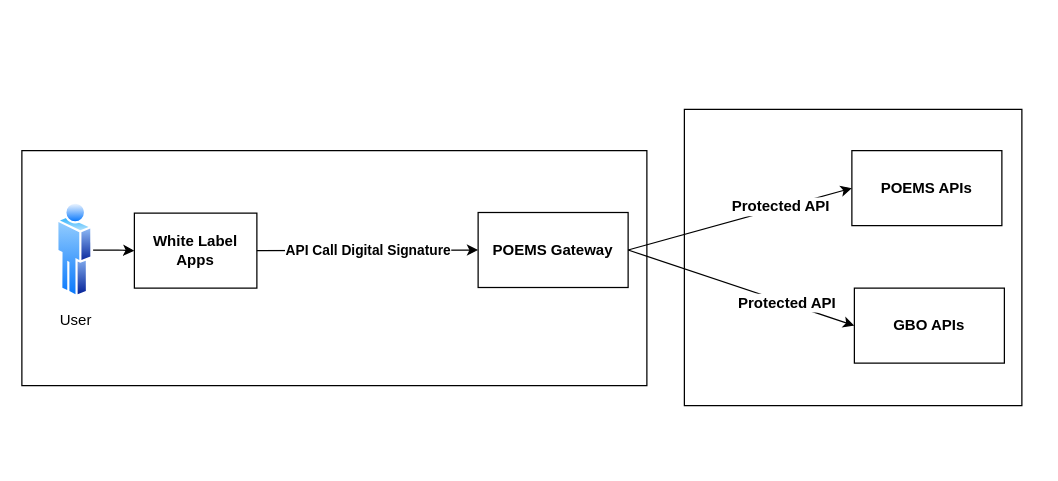
Above: Untitled Diagram.drawio in pspluse007/LBPSPLAOP (draw.io), before the change. Source tidied: cells renumbered, new cells numbered last; positions are measured from the earlier drawing's top-left corner, leaving out a move shared by most shapes. Both pictures are drawn from the tidied source at 125%, with x=0, y=0 at pixel (21, 109).
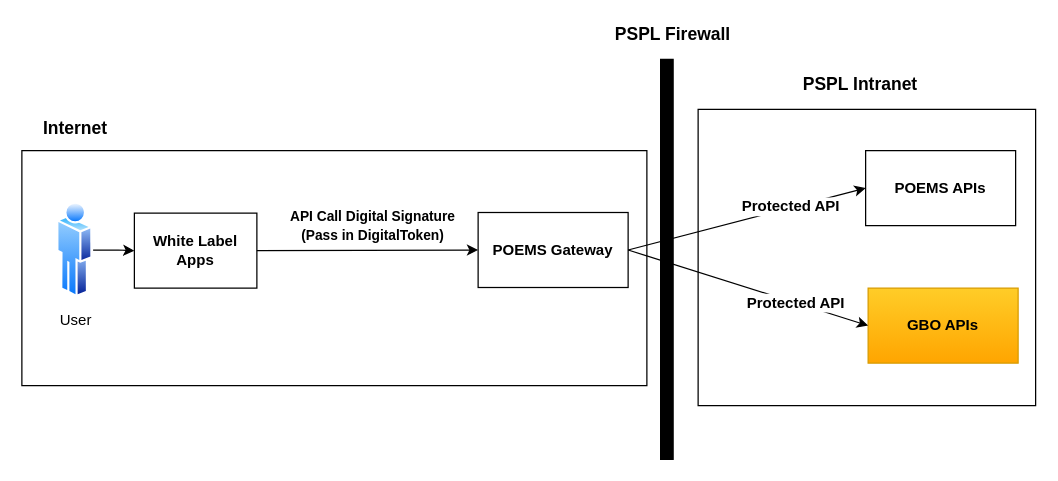
The same diagram, later.

Unchanged cells that the change refers to:
```xml
<mxCell id="6" value="&lt;b&gt;White Label Apps&lt;/b&gt;" style="rounded=0;whiteSpace=wrap;html=1;" parent="1" vertex="1">
  <mxGeometry x="90" y="83" width="98" height="60" as="geometry" />
</mxCell>
<mxCell id="7" value="&lt;b&gt;POEMS Gateway&lt;/b&gt;" style="rounded=0;whiteSpace=wrap;html=1;" parent="1" vertex="1">
  <mxGeometry x="365" y="82.5" width="120" height="60" as="geometry" />
</mxCell>
```

What changed in the source:
```diff
@@
     <mxCell id="2" style="rounded=0;whiteSpace=wrap;html=1;" parent="1" vertex="1">
-      <mxGeometry x="530" width="270" height="237" as="geometry" />
+      <mxGeometry x="541" width="270" height="237" as="geometry" />
     </mxCell>
@@
     <mxCell id="4" value="&lt;b&gt;POEMS APIs&lt;/b&gt;" style="rounded=0;whiteSpace=wrap;html=1;" parent="1" vertex="1">
-      <mxGeometry x="664" y="33" width="120" height="60" as="geometry" />
+      <mxGeometry x="675" y="33" width="120" height="60" as="geometry" />
     </mxCell>
-    <mxCell id="5" value="&lt;b&gt;GBO APIs&lt;/b&gt;" style="rounded=0;whiteSpace=wrap;html=1;" parent="1" vertex="1">
-      <mxGeometry x="666" y="143" width="120" height="60" as="geometry" />
+    <mxCell id="5" value="&lt;b&gt;GBO APIs&lt;/b&gt;" style="rounded=0;whiteSpace=wrap;html=1;fillColor=#ffcd28;strokeColor=#d79b00;gradientColor=#ffa500;" parent="1" vertex="1">
+      <mxGeometry x="677" y="143" width="120" height="60" as="geometry" />
     </mxCell>
@@
-    <mxCell id="10" value="&lt;b&gt;API Call Digital Signature&lt;/b&gt;" style="endArrow=classic;html=1;exitX=1;exitY=0.5;exitDx=0;exitDy=0;entryX=0;entryY=0.5;entryDx=0;entryDy=0;" parent="1" edge="1" source="6" target="7">
+    <mxCell id="10" value="&lt;b&gt;&lt;br&gt;&lt;/b&gt;" style="endArrow=classic;html=1;exitX=1;exitY=0.5;exitDx=0;exitDy=0;entryX=0;entryY=0.5;entryDx=0;entryDy=0;" parent="1" edge="1" source="6" target="7">
       <mxGeometry relative="1" as="geometry" />
     </mxCell>
@@
+    <mxCell id="15" value="&lt;b&gt;&lt;font style=&quot;font-size: 14px&quot;&gt;PSPL Intranet&lt;/font&gt;&lt;/b&gt;" style="text;html=1;strokeColor=none;fillColor=none;align=center;verticalAlign=middle;whiteSpace=wrap;rounded=0;" parent="1" vertex="1">
+      <mxGeometry x="611" y="-30" width="120" height="20" as="geometry" />
+    </mxCell>
+    <mxCell id="16" style="verticalLabelPosition=bottom;html=1;verticalAlign=top;align=center;shape=mxgraph.floorplan.wall;fillColor=#000000;direction=south;" parent="1" vertex="1">
+      <mxGeometry x="511" y="-40" width="10" height="320" as="geometry" />
+    </mxCell>
+    <mxCell id="17" value="&lt;b&gt;&lt;font style=&quot;font-size: 14px&quot;&gt;PSPL Firewall&lt;/font&gt;&lt;/b&gt;" style="text;html=1;strokeColor=none;fillColor=none;align=center;verticalAlign=middle;whiteSpace=wrap;rounded=0;" parent="1" vertex="1">
+      <mxGeometry x="461" y="-70" width="120" height="20" as="geometry" />
+    </mxCell>
+    <mxCell id="18" value="&lt;b&gt;&lt;font style=&quot;font-size: 14px&quot;&gt;Internet&lt;/font&gt;&lt;/b&gt;" style="text;html=1;strokeColor=none;fillColor=none;align=center;verticalAlign=middle;whiteSpace=wrap;rounded=0;" parent="1" vertex="1">
+      <mxGeometry x="1" width="84" height="30" as="geometry" />
+    </mxCell>
+    <mxCell id="19" value="&lt;b style=&quot;font-size: 11px ; white-space: nowrap&quot;&gt;API Call Digital Signature &lt;br&gt;(Pass in DigitalToken)&lt;/b&gt;" style="text;html=1;strokeColor=none;fillColor=none;align=center;verticalAlign=middle;whiteSpace=wrap;rounded=0;" parent="1" vertex="1">
+      <mxGeometry x="221" y="82.5" width="120" height="20" as="geometry" />
+    </mxCell>
```
